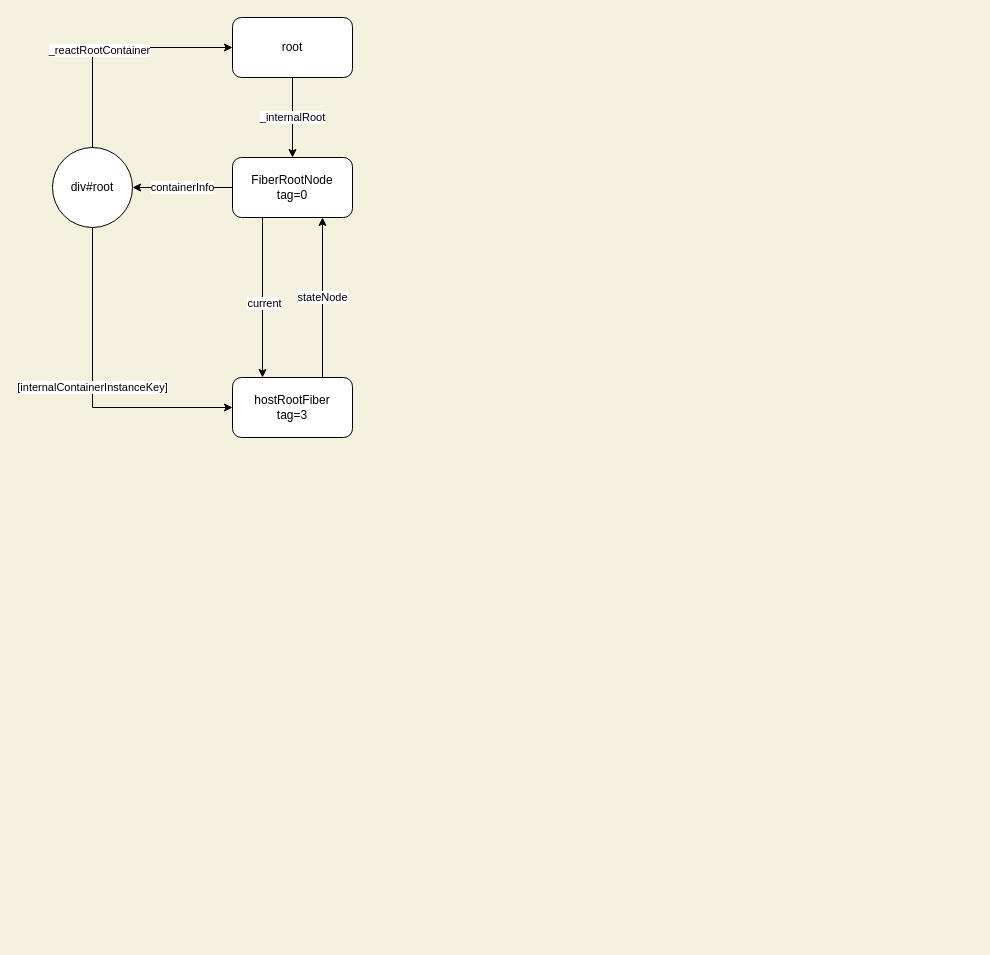
IDonotK/draw.io keeps this draw.io diagram as react.drawio. Above is the earlier version. Source tidied: cells renumbered, new cells numbered last; positions are measured from the earlier drawing's top-left corner, leaving out a move shared by most shapes. Both pictures are drawn from the tidied source at 100%, with x=0, y=0 at pixel (52, 17).
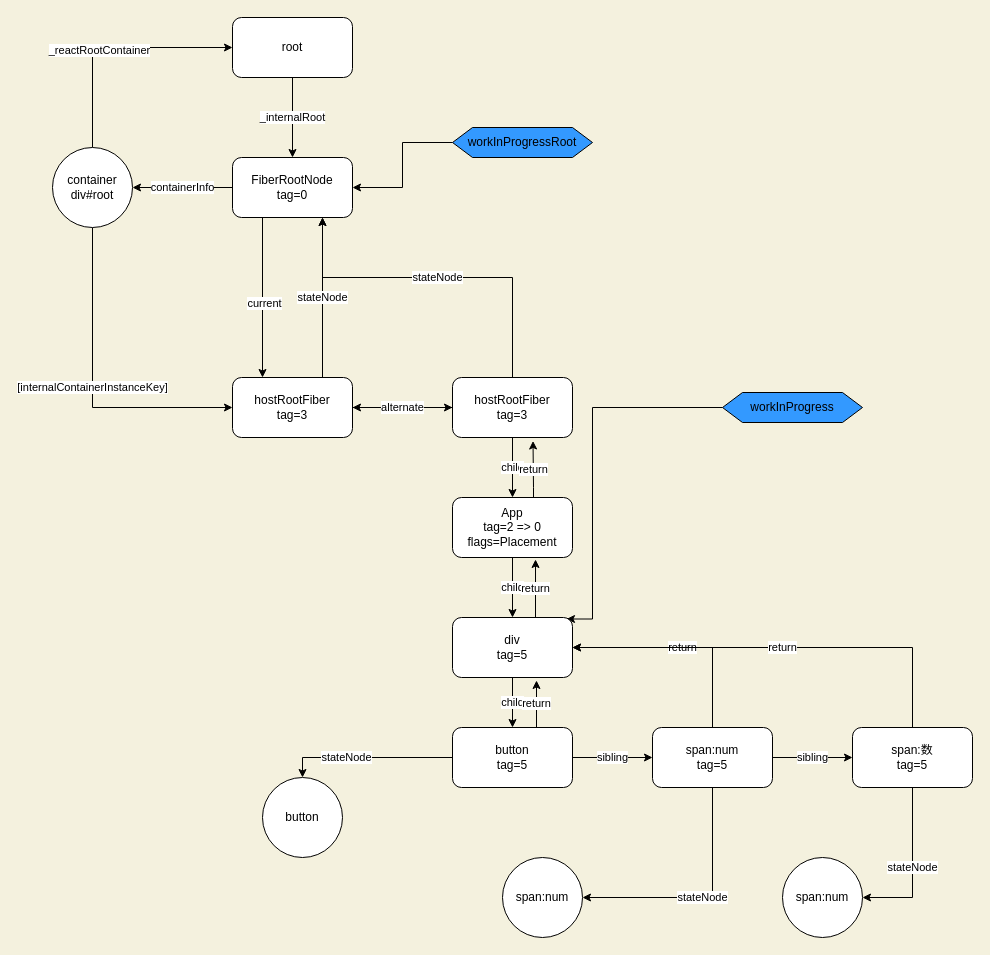
The same page after the edit.

The change refers to these unchanged cells:
```xml
<mxCell id="5" value="FiberRootNode&lt;br&gt;tag=0" style="rounded=1;whiteSpace=wrap;html=1;" parent="1" vertex="1">
  <mxGeometry x="180" y="140" width="120" height="60" as="geometry" />
</mxCell>
<mxCell id="7" value="hostRootFiber&lt;br&gt;tag=3" style="whiteSpace=wrap;html=1;rounded=1;" parent="1" vertex="1">
  <mxGeometry x="180" y="360" width="120" height="60" as="geometry" />
</mxCell>
```

What changed in the source:
```diff
@@
+    <mxCell id="14" style="edgeStyle=orthogonalEdgeStyle;rounded=0;jettySize=auto;html=1;" parent="1" edge="1" source="7">
+      <mxGeometry relative="1" as="geometry">
+        <mxPoint x="400" y="390" as="targetPoint" />
+      </mxGeometry>
+    </mxCell>
@@
-    <mxCell id="11" value="div#root" style="ellipse;whiteSpace=wrap;html=1;" parent="1" vertex="1">
+    <mxCell id="11" value="container&lt;br&gt;div#root" style="ellipse;whiteSpace=wrap;html=1;" parent="1" vertex="1">
       <mxGeometry y="130" width="80" height="80" as="geometry" />
     </mxCell>
@@
+    <mxCell id="15" style="edgeStyle=orthogonalEdgeStyle;rounded=0;jettySize=auto;html=1;entryX=1;entryY=0.5;entryDx=0;entryDy=0;" parent="1" edge="1" source="16" target="5">
+      <mxGeometry relative="1" as="geometry" />
+    </mxCell>
+    <mxCell id="16" value="workInProgressRoot" style="shape=hexagon;perimeter=hexagonPerimeter2;whiteSpace=wrap;html=1;fixedSize=1;fillColor=#3399FF;" parent="1" vertex="1">
+      <mxGeometry x="400" y="110" width="140" height="30" as="geometry" />
+    </mxCell>
+    <mxCell id="17" style="edgeStyle=orthogonalEdgeStyle;rounded=0;jettySize=auto;html=1;entryX=0.95;entryY=0.025;entryDx=0;entryDy=0;entryPerimeter=0;" parent="1" edge="1" source="18" target="28">
+      <mxGeometry relative="1" as="geometry">
+        <Array as="points">
+          <mxPoint x="540" y="390" />
+          <mxPoint x="540" y="602" />
+        </Array>
+      </mxGeometry>
+    </mxCell>
+    <mxCell id="18" value="workInProgress" style="shape=hexagon;perimeter=hexagonPerimeter2;whiteSpace=wrap;html=1;fixedSize=1;fillColor=#3399FF;" parent="1" vertex="1">
+      <mxGeometry x="670" y="375" width="140" height="30" as="geometry" />
+    </mxCell>
+    <mxCell id="19" value="alternate" style="edgeStyle=orthogonalEdgeStyle;rounded=0;jettySize=auto;html=1;entryX=1;entryY=0.5;entryDx=0;entryDy=0;" parent="1" edge="1" source="21" target="7">
+      <mxGeometry relative="1" as="geometry" />
+    </mxCell>
+    <mxCell id="20" value="child" style="edgeStyle=orthogonalEdgeStyle;rounded=0;jettySize=auto;html=1;entryX=0.5;entryY=0;entryDx=0;entryDy=0;" parent="1" edge="1" source="21" target="25">
+      <mxGeometry relative="1" as="geometry" />
+    </mxCell>
+    <mxCell id="21" value="hostRootFiber&lt;br&gt;tag=3" style="whiteSpace=wrap;html=1;rounded=1;" parent="1" vertex="1">
+      <mxGeometry x="400" y="360" width="120" height="60" as="geometry" />
+    </mxCell>
+    <mxCell id="22" value="stateNode" style="edgeStyle=orthogonalEdgeStyle;rounded=0;jettySize=auto;html=1;exitX=0.5;exitY=0;exitDx=0;exitDy=0;" parent="1" edge="1" source="21">
+      <mxGeometry relative="1" as="geometry">
+        <mxPoint x="270" y="200" as="targetPoint" />
+        <Array as="points">
+          <mxPoint x="460" y="260" />
+          <mxPoint x="270" y="260" />
+        </Array>
+      </mxGeometry>
+    </mxCell>
+    <mxCell id="23" value="return" style="edgeStyle=orthogonalEdgeStyle;rounded=0;jettySize=auto;html=1;entryX=0.671;entryY=1.058;entryDx=0;entryDy=0;entryPerimeter=0;" parent="1" edge="1" source="25" target="21">
+      <mxGeometry relative="1" as="geometry">
+        <Array as="points">
+          <mxPoint x="481" y="470" />
+          <mxPoint x="481" y="470" />
+        </Array>
+      </mxGeometry>
+    </mxCell>
+    <mxCell id="24" value="child" style="edgeStyle=orthogonalEdgeStyle;rounded=0;jettySize=auto;html=1;entryX=0.5;entryY=0;entryDx=0;entryDy=0;" parent="1" edge="1" source="25" target="28">
+      <mxGeometry relative="1" as="geometry" />
+    </mxCell>
+    <mxCell id="25" value="App&lt;br&gt;tag=2 =&amp;gt; 0&lt;br&gt;flags=Placement" style="whiteSpace=wrap;html=1;rounded=1;" parent="1" vertex="1">
+      <mxGeometry x="400" y="480" width="120" height="60" as="geometry" />
+    </mxCell>
+    <mxCell id="26" value="return" style="edgeStyle=orthogonalEdgeStyle;rounded=0;jettySize=auto;html=1;entryX=0.692;entryY=1.033;entryDx=0;entryDy=0;entryPerimeter=0;" parent="1" edge="1" source="28" target="25">
+      <mxGeometry relative="1" as="geometry">
+        <Array as="points">
+          <mxPoint x="483" y="570" />
+          <mxPoint x="483" y="570" />
+        </Array>
+      </mxGeometry>
+    </mxCell>
+    <mxCell id="27" value="child" style="edgeStyle=orthogonalEdgeStyle;rounded=0;jettySize=auto;html=1;entryX=0.5;entryY=0;entryDx=0;entryDy=0;" parent="1" edge="1" source="28" target="33">
+      <mxGeometry relative="1" as="geometry" />
+    </mxCell>
+    <mxCell id="28" value="div&lt;br&gt;tag=5" style="whiteSpace=wrap;html=1;rounded=1;" parent="1" vertex="1">
+      <mxGeometry x="400" y="600" width="120" height="60" as="geometry" />
+    </mxCell>
+    <mxCell id="29" value="return" style="edgeStyle=orthogonalEdgeStyle;rounded=0;jettySize=auto;html=1;entryX=0.7;entryY=1.05;entryDx=0;entryDy=0;entryPerimeter=0;" parent="1" edge="1" source="33" target="28">
+      <mxGeometry relative="1" as="geometry">
+        <Array as="points">
+          <mxPoint x="484" y="690" />
+          <mxPoint x="484" y="690" />
+        </Array>
+      </mxGeometry>
+    </mxCell>
+    <mxCell id="30" value="sibling" style="edgeStyle=orthogonalEdgeStyle;rounded=0;jettySize=auto;html=1;entryX=0;entryY=0.5;entryDx=0;entryDy=0;" parent="1" edge="1" source="33" target="37">
+      <mxGeometry relative="1" as="geometry" />
+    </mxCell>
+    <mxCell id="31" style="edgeStyle=orthogonalEdgeStyle;rounded=0;jettySize=auto;html=1;entryX=0.5;entryY=0;entryDx=0;entryDy=0;" parent="1" edge="1" source="33" target="41">
+      <mxGeometry relative="1" as="geometry" />
+    </mxCell>
+    <mxCell id="32" value="stateNode" style="edgeLabel;html=1;align=center;verticalAlign=middle;" parent="31" vertex="1">
+      <mxGeometry x="0.26" y="-1" relative="1" as="geometry" />
+    </mxCell>
+    <mxCell id="33" value="button&lt;br&gt;tag=5" style="whiteSpace=wrap;html=1;rounded=1;" parent="1" vertex="1">
+      <mxGeometry x="400" y="710" width="120" height="60" as="geometry" />
+    </mxCell>
+    <mxCell id="34" value="sibling" style="edgeStyle=orthogonalEdgeStyle;rounded=0;jettySize=auto;html=1;entryX=0;entryY=0.5;entryDx=0;entryDy=0;" parent="1" edge="1" source="37" target="40">
+      <mxGeometry relative="1" as="geometry" />
+    </mxCell>
+    <mxCell id="35" value="return" style="edgeStyle=orthogonalEdgeStyle;rounded=0;jettySize=auto;html=1;entryX=1;entryY=0.5;entryDx=0;entryDy=0;" parent="1" edge="1" source="37" target="28">
+      <mxGeometry relative="1" as="geometry">
+        <Array as="points">
+          <mxPoint x="660" y="630" />
+        </Array>
+      </mxGeometry>
+    </mxCell>
+    <mxCell id="36" value="stateNode" style="edgeStyle=orthogonalEdgeStyle;rounded=0;jettySize=auto;html=1;entryX=1;entryY=0.5;entryDx=0;entryDy=0;" parent="1" edge="1" source="37" target="42">
+      <mxGeometry relative="1" as="geometry">
+        <Array as="points">
+          <mxPoint x="660" y="880" />
+        </Array>
+      </mxGeometry>
+    </mxCell>
+    <mxCell id="37" value="span:num&lt;br&gt;tag=5" style="whiteSpace=wrap;html=1;rounded=1;" parent="1" vertex="1">
+      <mxGeometry x="600" y="710" width="120" height="60" as="geometry" />
+    </mxCell>
+    <mxCell id="38" value="return" style="edgeStyle=orthogonalEdgeStyle;rounded=0;jettySize=auto;html=1;entryX=1;entryY=0.5;entryDx=0;entryDy=0;" parent="1" edge="1" source="40" target="28">
+      <mxGeometry relative="1" as="geometry">
+        <Array as="points">
+          <mxPoint x="860" y="630" />
+        </Array>
+      </mxGeometry>
+    </mxCell>
+    <mxCell id="39" value="stateNode" style="edgeStyle=orthogonalEdgeStyle;rounded=0;jettySize=auto;html=1;entryX=1;entryY=0.5;entryDx=0;entryDy=0;" parent="1" edge="1" source="40" target="43">
+      <mxGeometry relative="1" as="geometry" />
+    </mxCell>
+    <mxCell id="40" value="span:数&lt;br&gt;tag=5" style="whiteSpace=wrap;html=1;rounded=1;" parent="1" vertex="1">
+      <mxGeometry x="800" y="710" width="120" height="60" as="geometry" />
+    </mxCell>
+    <mxCell id="41" value="button" style="ellipse;whiteSpace=wrap;html=1;" parent="1" vertex="1">
+      <mxGeometry x="210" y="760" width="80" height="80" as="geometry" />
+    </mxCell>
+    <mxCell id="42" value="span:num" style="ellipse;whiteSpace=wrap;html=1;" parent="1" vertex="1">
+      <mxGeometry x="450" y="840" width="80" height="80" as="geometry" />
+    </mxCell>
+    <mxCell id="43" value="span:num" style="ellipse;whiteSpace=wrap;html=1;" parent="1" vertex="1">
+      <mxGeometry x="730" y="840" width="80" height="80" as="geometry" />
+    </mxCell>
```
